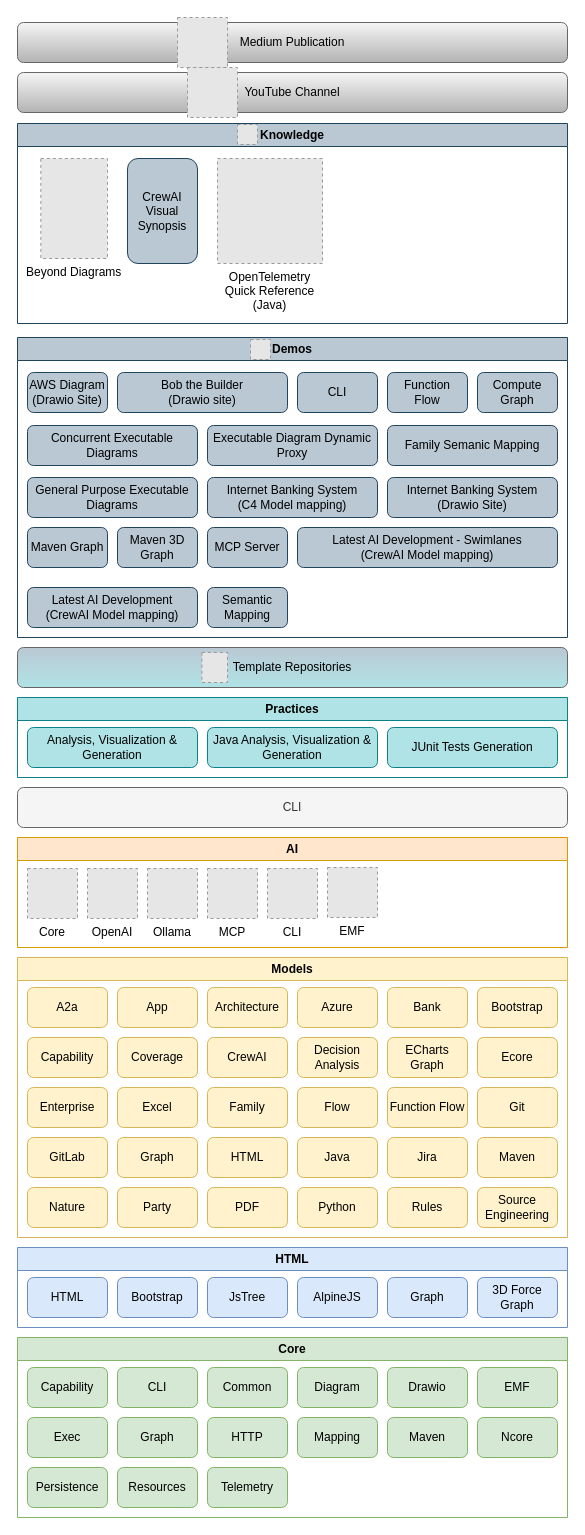
Above: model/nasdanika.drawio in Nasdanika/nasdanika.github.io (draw.io), before the change. Source tidied: cells renumbered, new cells numbered last; positions are measured from the earlier drawing's top-left corner, leaving out a move shared by most shapes. Both pictures are drawn from the tidied source at 100%, with x=0, y=0 at pixel (17, 17). Pictures stored in the file or linked from it are replaced by grey dashed boxes.
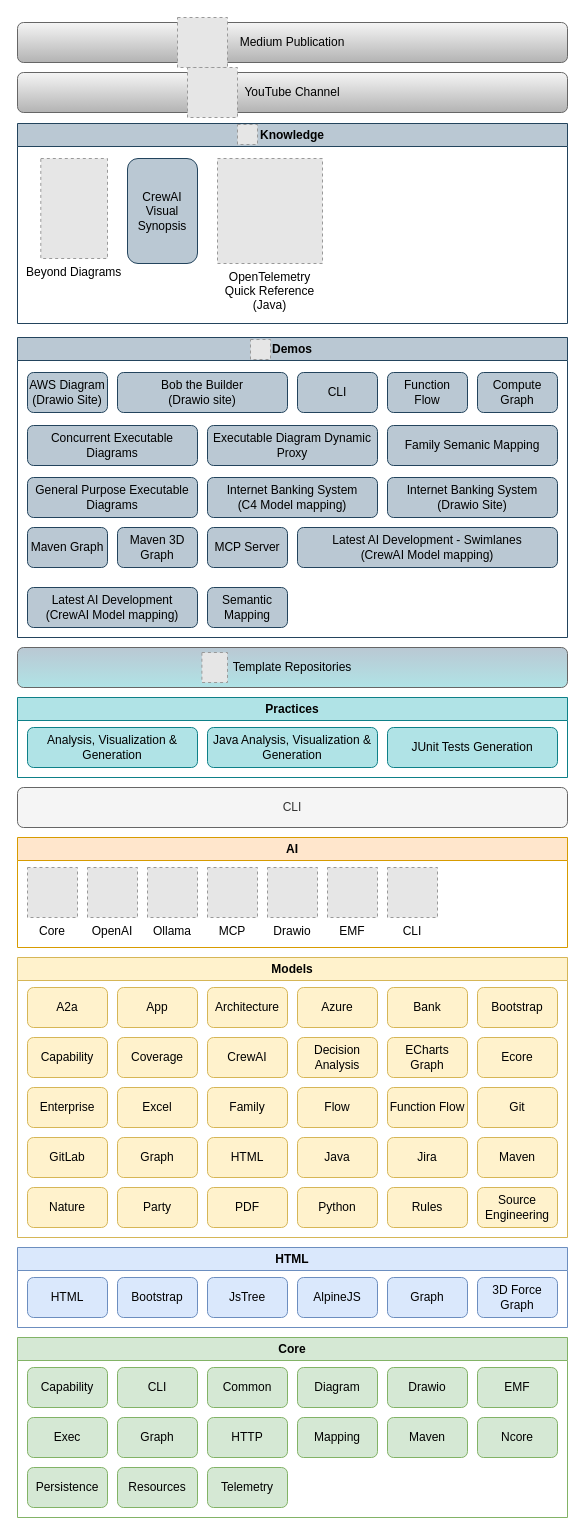
The same page after the edit.

Unchanged cells that the change refers to:
```xml
<mxCell id="91" value="AI" style="swimlane;whiteSpace=wrap;html=1;fillColor=#ffe6cc;strokeColor=#d79b00;" parent="1" vertex="1">
  <mxGeometry y="820" width="550" height="110" as="geometry" />
</mxCell>
```

Diff of the diagram source:
```diff
@@
     <mxCell id="92" value="Core" style="fillColor=#E6E6E6;strokeColor=#999999;dashed=1;verticalLabelPosition=bottom;labelBackgroundColor=default;verticalAlign=top;" parent="91" vertex="1">
-      <mxGeometry x="10" y="31" width="50" height="50" as="geometry" />
+      <mxGeometry x="10" y="30" width="50" height="50" as="geometry" />
     </mxCell>
     <mxCell id="93" value="OpenAI" style="fillColor=#E6E6E6;strokeColor=#999999;dashed=1;verticalLabelPosition=bottom;labelBackgroundColor=default;verticalAlign=top;" parent="91" vertex="1">
-      <mxGeometry x="70" y="31" width="50" height="50" as="geometry" />
+      <mxGeometry x="70" y="30" width="50" height="50" as="geometry" />
     </mxCell>
     <mxCell id="94" value="Ollama" style="fillColor=#E6E6E6;strokeColor=#999999;dashed=1;verticalLabelPosition=bottom;labelBackgroundColor=default;verticalAlign=top;" parent="91" vertex="1">
-      <mxGeometry x="130" y="31" width="50" height="50" as="geometry" />
+      <mxGeometry x="130" y="30" width="50" height="50" as="geometry" />
     </mxCell>
     <mxCell id="95" value="MCP" style="fillColor=#E6E6E6;strokeColor=#999999;dashed=1;verticalLabelPosition=bottom;labelBackgroundColor=default;verticalAlign=top;" parent="91" vertex="1">
-      <mxGeometry x="190" y="31" width="50" height="50" as="geometry" />
+      <mxGeometry x="190" y="30" width="50" height="50" as="geometry" />
     </mxCell>
     <mxCell id="96" value="CLI" style="fillColor=#E6E6E6;strokeColor=#999999;dashed=1;verticalLabelPosition=bottom;labelBackgroundColor=default;verticalAlign=top;" parent="91" vertex="1">
-      <mxGeometry x="250" y="31" width="50" height="50" as="geometry" />
+      <mxGeometry x="370" y="30" width="50" height="50" as="geometry" />
     </mxCell>
@@
+    <mxCell id="98" value="Drawio" style="fillColor=#E6E6E6;strokeColor=#999999;dashed=1;verticalLabelPosition=bottom;labelBackgroundColor=default;verticalAlign=top;" parent="91" vertex="1">
+      <mxGeometry x="250" y="30" width="50" height="50" as="geometry" />
+    </mxCell>
```
